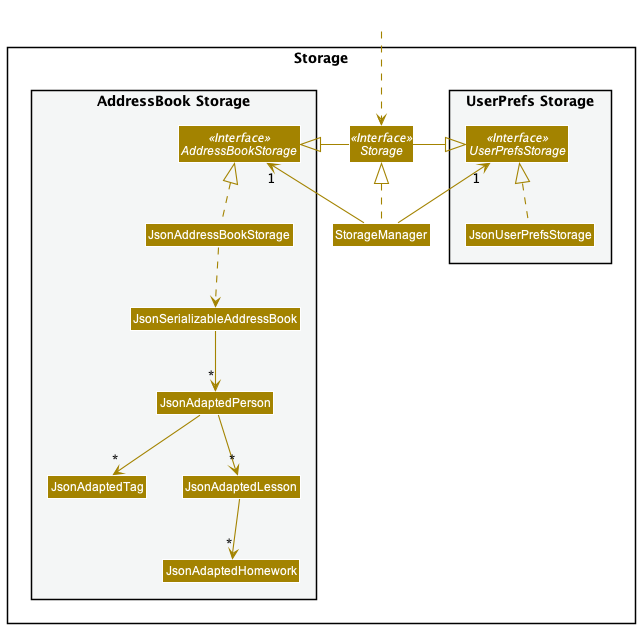
Earlier version of the PlantUML export docs/images/StorageClassDiagram.png (nus-cs2103-AY2122S1/tp).
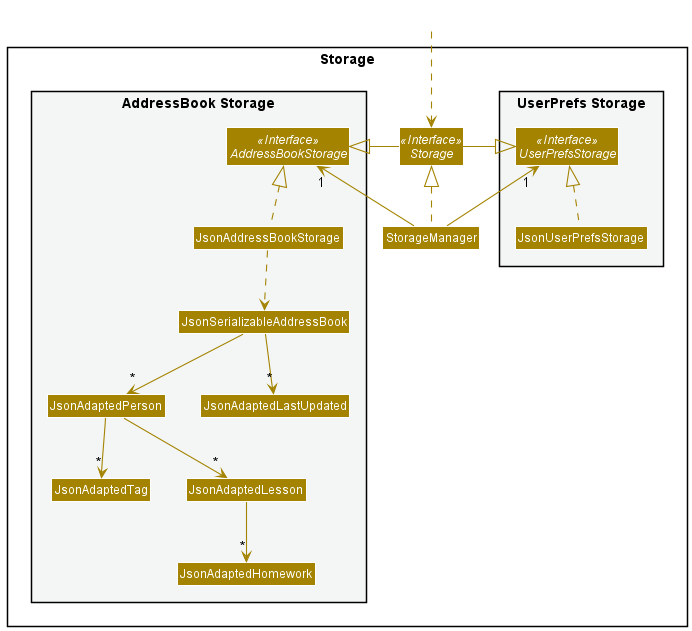
The same file after the commit.

Change to the diagram source:
```diff
@@ -22,6 +22,7 @@
 Class JsonAdaptedTag
 Class JsonAdaptedLesson
 Class JsonAdaptedHomework
+Class JsonAdaptedLastUpdated
 }
 
 }
@@ -40,6 +41,7 @@
 JsonAddressBookStorage .up.|> AddressBookStorage
 JsonAddressBookStorage ..> JsonSerializableAddressBook
 JsonSerializableAddressBook --> "*" JsonAdaptedPerson
+JsonSerializableAddressBook --> "*" JsonAdaptedLastUpdated
 JsonAdaptedPerson --> "*" JsonAdaptedTag
 JsonAdaptedPerson --> "*" JsonAdaptedLesson
 JsonAdaptedLesson --> "*" JsonAdaptedHomework
```
